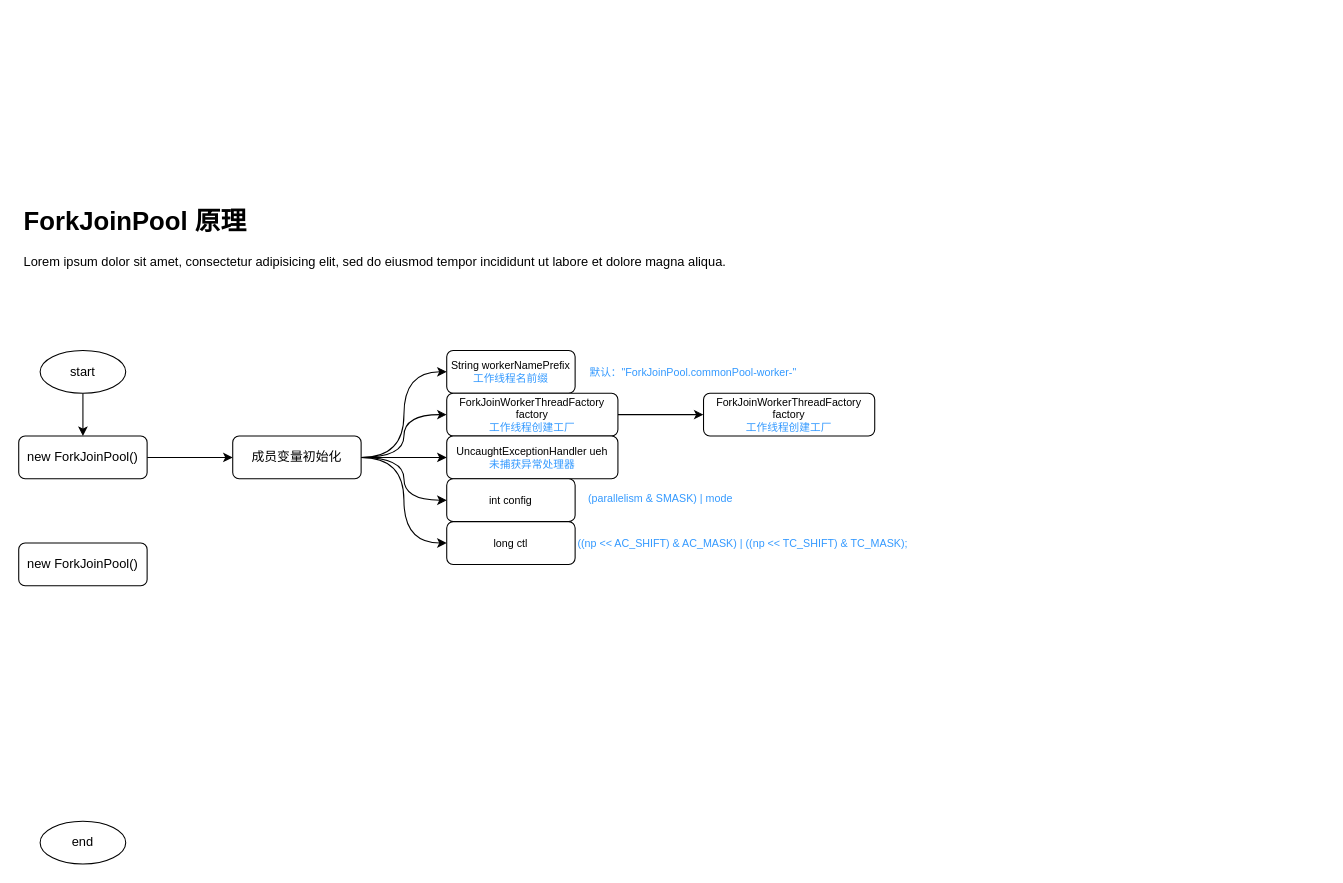
This is doc/forkjoinpool.drawio from kwseeker/async-program, a draw.io file, before an edit. Source tidied: cells renumbered, new cells numbered last; positions are measured from the earlier drawing's top-left corner, leaving out a move shared by most shapes. Both pictures are drawn from the tidied source at 107%, with x=0, y=0 at pixel (18, 200).
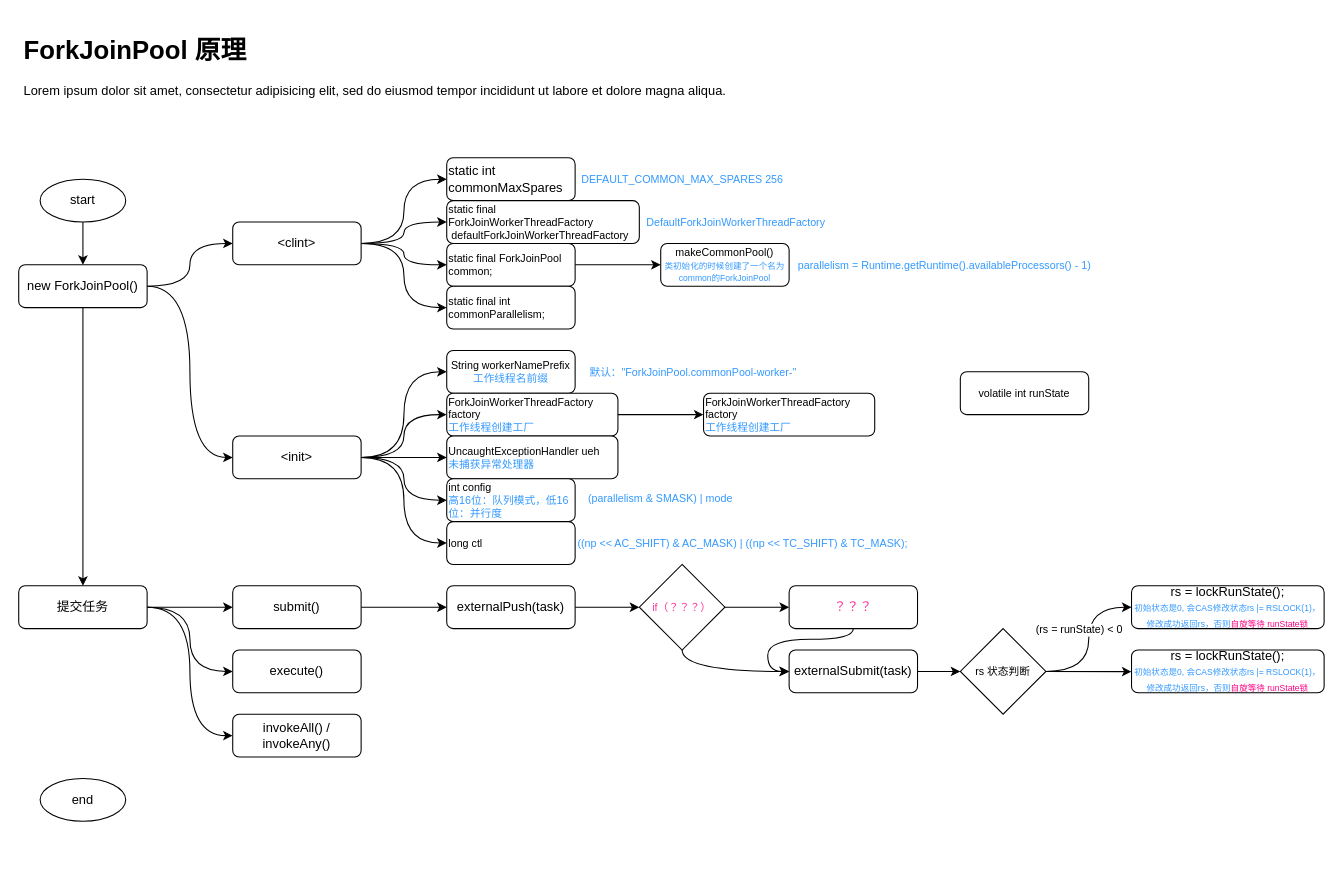
The same diagram, later.

Change to the diagram source:
```diff
@@
     <mxCell id="2" value="&lt;h1&gt;ForkJoinPool 原理&lt;/h1&gt;&lt;p&gt;Lorem ipsum dolor sit amet, consectetur adipisicing elit, sed do eiusmod tempor incididunt ut labore et dolore magna aliqua.&lt;/p&gt;" style="text;html=1;strokeColor=none;fillColor=none;spacing=5;spacingTop=-20;whiteSpace=wrap;overflow=hidden;rounded=0;" parent="1" vertex="1">
-      <mxGeometry width="840" height="120" as="geometry" />
+      <mxGeometry y="-160" width="840" height="120" as="geometry" />
     </mxCell>
@@
     <mxCell id="4" value="start" style="ellipse;whiteSpace=wrap;html=1;" parent="1" vertex="1">
-      <mxGeometry x="20" y="140" width="80" height="40" as="geometry" />
+      <mxGeometry x="20" y="-20" width="80" height="40" as="geometry" />
     </mxCell>
     <mxCell id="5" value="end" style="ellipse;whiteSpace=wrap;html=1;" parent="1" vertex="1">
-      <mxGeometry x="20" y="580" width="80" height="40" as="geometry" />
+      <mxGeometry x="20" y="540" width="80" height="40" as="geometry" />
     </mxCell>
+    <mxCell id="25" style="edgeStyle=orthogonalEdgeStyle;rounded=0;jettySize=auto;html=1;exitX=1;exitY=0.5;exitDx=0;exitDy=0;entryX=0;entryY=0.5;entryDx=0;entryDy=0;fontSize=10;curved=1;" parent="1" edge="1" source="7" target="32">
+      <mxGeometry relative="1" as="geometry" />
+    </mxCell>
-    <mxCell id="6" style="edgeStyle=orthogonalEdgeStyle;rounded=0;jettySize=auto;html=1;" parent="1" edge="1" source="7" target="14">
+    <mxCell id="6" style="edgeStyle=orthogonalEdgeStyle;curved=1;rounded=0;jettySize=auto;html=1;exitX=1;exitY=0.5;exitDx=0;exitDy=0;entryX=0;entryY=0.5;entryDx=0;entryDy=0;fontSize=10;" parent="1" edge="1" source="7" target="14">
       <mxGeometry relative="1" as="geometry" />
     </mxCell>
+    <mxCell id="26" style="edgeStyle=orthogonalEdgeStyle;curved=1;rounded=0;jettySize=auto;html=1;exitX=0.5;exitY=1;exitDx=0;exitDy=0;entryX=0.5;entryY=0;entryDx=0;entryDy=0;fontSize=8;fontColor=#3399FF;" parent="1" edge="1" source="7" target="45">
+      <mxGeometry relative="1" as="geometry" />
+    </mxCell>
     <mxCell id="7" value="new ForkJoinPool()" style="rounded=1;whiteSpace=wrap;html=1;" parent="1" vertex="1">
-      <mxGeometry y="220" width="120" height="40" as="geometry" />
+      <mxGeometry y="60" width="120" height="40" as="geometry" />
     </mxCell>
+    <mxCell id="27" style="edgeStyle=orthogonalEdgeStyle;curved=1;rounded=0;jettySize=auto;html=1;fontSize=8;fontColor=#3399FF;" parent="1" edge="1" source="8" target="49">
+      <mxGeometry relative="1" as="geometry" />
+    </mxCell>
-    <mxCell id="8" value="new ForkJoinPool()" style="rounded=1;whiteSpace=wrap;html=1;" parent="1" vertex="1">
-      <mxGeometry y="320" width="120" height="40" as="geometry" />
+    <mxCell id="8" value="submit()" style="rounded=1;whiteSpace=wrap;html=1;" parent="1" vertex="1">
+      <mxGeometry x="200" y="360" width="120" height="40" as="geometry" />
     </mxCell>
@@
-    <mxCell id="14" value="成员变量初始化" style="rounded=1;whiteSpace=wrap;html=1;" parent="1" vertex="1">
+    <mxCell id="14" value="&amp;lt;init&amp;gt;" style="rounded=1;whiteSpace=wrap;html=1;" parent="1" vertex="1">
       <mxGeometry x="200" y="220" width="120" height="40" as="geometry" />
     </mxCell>
@@
-    <mxCell id="17" value="ForkJoinWorkerThreadFactory factory&lt;br&gt;&lt;font color=&quot;#3399ff&quot;&gt;工作线程创建工厂&lt;/font&gt;" style="rounded=1;whiteSpace=wrap;html=1;fontSize=10;" parent="1" vertex="1">
+    <mxCell id="17" value="ForkJoinWorkerThreadFactory factory&lt;br&gt;&lt;font color=&quot;#3399ff&quot;&gt;工作线程创建工厂&lt;/font&gt;" style="rounded=1;whiteSpace=wrap;html=1;fontSize=10;align=left;" parent="1" vertex="1">
       <mxGeometry x="400" y="180" width="160" height="40" as="geometry" />
     </mxCell>
-    <mxCell id="18" value="UncaughtExceptionHandler ueh&lt;br&gt;&lt;font color=&quot;#3399ff&quot;&gt;未捕获异常处理器&lt;/font&gt;" style="rounded=1;whiteSpace=wrap;html=1;fontSize=10;" parent="1" vertex="1">
+    <mxCell id="18" value="UncaughtExceptionHandler ueh&lt;br&gt;&lt;font color=&quot;#3399ff&quot;&gt;未捕获异常处理器&lt;/font&gt;" style="rounded=1;whiteSpace=wrap;html=1;fontSize=10;align=left;" parent="1" vertex="1">
       <mxGeometry x="400" y="220" width="160" height="40" as="geometry" />
     </mxCell>
-    <mxCell id="19" value="int config" style="rounded=1;whiteSpace=wrap;html=1;fontSize=10;" parent="1" vertex="1">
+    <mxCell id="19" value="int config&lt;br&gt;&lt;font color=&quot;#3399ff&quot;&gt;高16位：队列模式，低16位：并行度&lt;/font&gt;" style="rounded=1;whiteSpace=wrap;html=1;fontSize=10;align=left;" parent="1" vertex="1">
       <mxGeometry x="400" y="260" width="120" height="40" as="geometry" />
     </mxCell>
-    <mxCell id="20" value="long ctl" style="rounded=1;whiteSpace=wrap;html=1;fontSize=10;" parent="1" vertex="1">
+    <mxCell id="20" value="long ctl" style="rounded=1;whiteSpace=wrap;html=1;fontSize=10;align=left;" parent="1" vertex="1">
       <mxGeometry x="400" y="300" width="120" height="40" as="geometry" />
     </mxCell>
@@
-    <mxCell id="23" value="ForkJoinWorkerThreadFactory factory&lt;br&gt;&lt;font color=&quot;#3399ff&quot;&gt;工作线程创建工厂&lt;/font&gt;" style="rounded=1;whiteSpace=wrap;html=1;fontSize=10;" parent="1" vertex="1">
+    <mxCell id="23" value="ForkJoinWorkerThreadFactory factory&lt;br&gt;&lt;font color=&quot;#3399ff&quot;&gt;工作线程创建工厂&lt;/font&gt;" style="rounded=1;whiteSpace=wrap;html=1;fontSize=10;align=left;" parent="1" vertex="1">
       <mxGeometry x="640" y="180" width="160" height="40" as="geometry" />
     </mxCell>
@@
+    <mxCell id="28" style="edgeStyle=orthogonalEdgeStyle;curved=1;rounded=0;jettySize=auto;html=1;exitX=1;exitY=0.5;exitDx=0;exitDy=0;entryX=0;entryY=0.5;entryDx=0;entryDy=0;fontSize=10;" parent="1" edge="1" source="32" target="33">
+      <mxGeometry relative="1" as="geometry" />
+    </mxCell>
+    <mxCell id="29" style="edgeStyle=orthogonalEdgeStyle;curved=1;rounded=0;jettySize=auto;html=1;exitX=1;exitY=0.5;exitDx=0;exitDy=0;entryX=0;entryY=0.5;entryDx=0;entryDy=0;fontSize=10;" parent="1" edge="1" source="32" target="34">
+      <mxGeometry relative="1" as="geometry" />
+    </mxCell>
+    <mxCell id="30" style="edgeStyle=orthogonalEdgeStyle;curved=1;rounded=0;jettySize=auto;html=1;exitX=1;exitY=0.5;exitDx=0;exitDy=0;entryX=0;entryY=0.5;entryDx=0;entryDy=0;fontSize=10;" parent="1" edge="1" source="32" target="38">
+      <mxGeometry relative="1" as="geometry" />
+    </mxCell>
+    <mxCell id="31" style="edgeStyle=orthogonalEdgeStyle;curved=1;rounded=0;jettySize=auto;html=1;exitX=1;exitY=0.5;exitDx=0;exitDy=0;entryX=0;entryY=0.5;entryDx=0;entryDy=0;fontSize=10;" parent="1" edge="1" source="32" target="40">
+      <mxGeometry relative="1" as="geometry" />
+    </mxCell>
+    <mxCell id="32" value="&amp;lt;clint&amp;gt;" style="rounded=1;whiteSpace=wrap;html=1;" parent="1" vertex="1">
+      <mxGeometry x="200" y="20" width="120" height="40" as="geometry" />
+    </mxCell>
+    <mxCell id="33" value="static int commonMaxSpares" style="rounded=1;whiteSpace=wrap;html=1;align=left;" parent="1" vertex="1">
+      <mxGeometry x="400" y="-40" width="120" height="40" as="geometry" />
+    </mxCell>
+    <mxCell id="34" value="&lt;div style=&quot;font-size: 10px;&quot;&gt;static final ForkJoinWorkerThreadFactory&lt;/div&gt;&lt;div style=&quot;font-size: 10px;&quot;&gt;&amp;nbsp;defaultForkJoinWorkerThreadFactory&lt;/div&gt;" style="rounded=1;whiteSpace=wrap;html=1;fontSize=10;align=left;" parent="1" vertex="1">
+      <mxGeometry x="400" width="180" height="40" as="geometry" />
+    </mxCell>
+    <mxCell id="35" value="DefaultForkJoinWorkerThreadFactory" style="text;html=1;align=center;verticalAlign=middle;strokeColor=none;fillColor=none;fontSize=10;fontColor=#3399FF;" parent="1" vertex="1">
+      <mxGeometry x="580" y="10" width="180" height="20" as="geometry" />
+    </mxCell>
+    <mxCell id="36" value="DEFAULT_COMMON_MAX_SPARES 256" style="text;html=1;align=center;verticalAlign=middle;strokeColor=none;fillColor=none;fontSize=10;fontColor=#3399FF;" parent="1" vertex="1">
+      <mxGeometry x="520" y="-30" width="200" height="20" as="geometry" />
+    </mxCell>
+    <mxCell id="37" style="edgeStyle=orthogonalEdgeStyle;curved=1;rounded=0;jettySize=auto;html=1;exitX=1;exitY=0.5;exitDx=0;exitDy=0;fontSize=10;" parent="1" edge="1" source="38" target="39">
+      <mxGeometry relative="1" as="geometry" />
+    </mxCell>
+    <mxCell id="38" value="static final ForkJoinPool common;" style="rounded=1;whiteSpace=wrap;html=1;fontSize=10;align=left;" parent="1" vertex="1">
+      <mxGeometry x="400" y="40" width="120" height="40" as="geometry" />
+    </mxCell>
+    <mxCell id="39" value="makeCommonPool()&lt;br&gt;&lt;font color=&quot;#3399ff&quot; style=&quot;font-size: 8px&quot;&gt;类初始化的时候创建了一个名为common的ForkJoinPool&lt;/font&gt;" style="rounded=1;whiteSpace=wrap;html=1;fontSize=10;" parent="1" vertex="1">
+      <mxGeometry x="600" y="40" width="120" height="40" as="geometry" />
+    </mxCell>
+    <mxCell id="40" value="static final int commonParallelism;" style="rounded=1;whiteSpace=wrap;html=1;fontSize=10;align=left;" parent="1" vertex="1">
+      <mxGeometry x="400" y="80" width="120" height="40" as="geometry" />
+    </mxCell>
+    <mxCell id="41" value="parallelism = Runtime.getRuntime().availableProcessors() - 1)" style="text;html=1;align=center;verticalAlign=middle;strokeColor=none;fillColor=none;fontSize=10;fontColor=#3399FF;" parent="1" vertex="1">
+      <mxGeometry x="720" y="50" width="290" height="20" as="geometry" />
+    </mxCell>
+    <mxCell id="42" style="edgeStyle=orthogonalEdgeStyle;curved=1;rounded=0;jettySize=auto;html=1;exitX=1;exitY=0.5;exitDx=0;exitDy=0;entryX=0;entryY=0.5;entryDx=0;entryDy=0;fontSize=8;fontColor=#3399FF;" parent="1" edge="1" source="45" target="8">
+      <mxGeometry relative="1" as="geometry" />
+    </mxCell>
+    <mxCell id="43" style="edgeStyle=orthogonalEdgeStyle;curved=1;rounded=0;jettySize=auto;html=1;exitX=1;exitY=0.5;exitDx=0;exitDy=0;entryX=0;entryY=0.5;entryDx=0;entryDy=0;fontSize=8;fontColor=#3399FF;" parent="1" edge="1" source="45" target="46">
+      <mxGeometry relative="1" as="geometry" />
+    </mxCell>
+    <mxCell id="44" style="edgeStyle=orthogonalEdgeStyle;curved=1;rounded=0;jettySize=auto;html=1;exitX=1;exitY=0.5;exitDx=0;exitDy=0;entryX=0;entryY=0.5;entryDx=0;entryDy=0;fontSize=8;fontColor=#3399FF;" parent="1" edge="1" source="45" target="47">
+      <mxGeometry relative="1" as="geometry" />
+    </mxCell>
+    <mxCell id="45" value="提交任务" style="rounded=1;whiteSpace=wrap;html=1;" parent="1" vertex="1">
+      <mxGeometry y="360" width="120" height="40" as="geometry" />
+    </mxCell>
+    <mxCell id="46" value="execute()" style="rounded=1;whiteSpace=wrap;html=1;" parent="1" vertex="1">
+      <mxGeometry x="200" y="420" width="120" height="40" as="geometry" />
+    </mxCell>
+    <mxCell id="47" value="invokeAll() /&lt;br&gt;invokeAny()" style="rounded=1;whiteSpace=wrap;html=1;" parent="1" vertex="1">
+      <mxGeometry x="200" y="480" width="120" height="40" as="geometry" />
+    </mxCell>
+    <mxCell id="48" style="edgeStyle=orthogonalEdgeStyle;curved=1;rounded=0;jettySize=auto;html=1;exitX=1;exitY=0.5;exitDx=0;exitDy=0;entryX=0;entryY=0.5;entryDx=0;entryDy=0;fontSize=8;fontColor=#3399FF;" parent="1" edge="1" source="49" target="55">
+      <mxGeometry relative="1" as="geometry" />
+    </mxCell>
+    <mxCell id="49" value="externalPush(task)" style="rounded=1;whiteSpace=wrap;html=1;" parent="1" vertex="1">
+      <mxGeometry x="400" y="360" width="120" height="40" as="geometry" />
+    </mxCell>
+    <mxCell id="50" style="edgeStyle=orthogonalEdgeStyle;curved=1;rounded=0;jettySize=auto;html=1;exitX=1;exitY=0.5;exitDx=0;exitDy=0;entryX=0;entryY=0.5;entryDx=0;entryDy=0;fontSize=10;fontColor=#000000;" parent="1" edge="1" source="51" target="62">
+      <mxGeometry relative="1" as="geometry" />
+    </mxCell>
+    <mxCell id="51" value="externalSubmit(task)" style="rounded=1;whiteSpace=wrap;html=1;" parent="1" vertex="1">
+      <mxGeometry x="720" y="420" width="120" height="40" as="geometry" />
+    </mxCell>
+    <mxCell id="52" value="rs = lockRunState();&lt;br&gt;&lt;font color=&quot;#3399ff&quot; style=&quot;font-size: 8px&quot;&gt;初始状态是0, 会CAS修改状态rs |= RSLOCK(1)，修改成功返回rs，否则&lt;/font&gt;&lt;font style=&quot;font-size: 8px&quot; color=&quot;#ff0080&quot;&gt;自旋等待 runState锁&lt;/font&gt;" style="rounded=1;whiteSpace=wrap;html=1;" parent="1" vertex="1">
+      <mxGeometry x="1040" y="360" width="180" height="40" as="geometry" />
+    </mxCell>
+    <mxCell id="53" style="edgeStyle=orthogonalEdgeStyle;curved=1;rounded=0;jettySize=auto;html=1;exitX=0.5;exitY=1;exitDx=0;exitDy=0;entryX=0;entryY=0.5;entryDx=0;entryDy=0;fontSize=8;fontColor=#3399FF;" parent="1" edge="1" source="55" target="51">
+      <mxGeometry relative="1" as="geometry" />
+    </mxCell>
+    <mxCell id="54" style="edgeStyle=orthogonalEdgeStyle;curved=1;rounded=0;jettySize=auto;html=1;exitX=1;exitY=0.5;exitDx=0;exitDy=0;fontSize=8;fontColor=#3399FF;" parent="1" edge="1" source="55">
+      <mxGeometry relative="1" as="geometry">
+        <mxPoint x="720" y="380" as="targetPoint" />
+      </mxGeometry>
+    </mxCell>
+    <mxCell id="55" value="&lt;font style=&quot;font-size: 10px;&quot;&gt;if（？？？）&lt;/font&gt;" style="rhombus;whiteSpace=wrap;html=1;fontSize=10;fontColor=#FF3399;" parent="1" vertex="1">
+      <mxGeometry x="580" y="340" width="80" height="80" as="geometry" />
+    </mxCell>
+    <mxCell id="56" style="edgeStyle=orthogonalEdgeStyle;curved=1;rounded=0;jettySize=auto;html=1;exitX=0.5;exitY=1;exitDx=0;exitDy=0;entryX=0;entryY=0.5;entryDx=0;entryDy=0;fontSize=8;fontColor=#3399FF;" parent="1" edge="1" source="57" target="51">
+      <mxGeometry relative="1" as="geometry">
+        <Array as="points">
+          <mxPoint x="780" y="410" />
+          <mxPoint x="700" y="410" />
+          <mxPoint x="700" y="440" />
+        </Array>
+      </mxGeometry>
+    </mxCell>
+    <mxCell id="57" value="？？？" style="rounded=1;whiteSpace=wrap;html=1;fontColor=#FF3399;" parent="1" vertex="1">
+      <mxGeometry x="720" y="360" width="120" height="40" as="geometry" />
+    </mxCell>
+    <mxCell id="58" value="volatile int runState" style="rounded=1;whiteSpace=wrap;html=1;fontSize=10;fontColor=#000000;" parent="1" vertex="1">
+      <mxGeometry x="880" y="160" width="120" height="40" as="geometry" />
+    </mxCell>
+    <mxCell id="59" style="edgeStyle=orthogonalEdgeStyle;curved=1;rounded=0;jettySize=auto;html=1;exitX=1;exitY=0.5;exitDx=0;exitDy=0;entryX=0;entryY=0.5;entryDx=0;entryDy=0;fontSize=10;fontColor=#000000;" parent="1" edge="1" source="62" target="52">
+      <mxGeometry relative="1" as="geometry" />
+    </mxCell>
+    <mxCell id="60" value="(rs = runState) &amp;lt; 0" style="edgeLabel;html=1;align=center;verticalAlign=middle;fontSize=10;fontColor=#000000;" parent="59" vertex="1">
+      <mxGeometry x="0.18" y="-4" relative="1" as="geometry">
+        <mxPoint x="-14" y="3" as="offset" />
+      </mxGeometry>
+    </mxCell>
+    <mxCell id="61" style="edgeStyle=orthogonalEdgeStyle;curved=1;rounded=0;jettySize=auto;html=1;exitX=1;exitY=0.5;exitDx=0;exitDy=0;fontSize=10;fontColor=#000000;" parent="1" edge="1" source="62">
+      <mxGeometry relative="1" as="geometry">
+        <mxPoint x="1040" y="440.2" as="targetPoint" />
+      </mxGeometry>
+    </mxCell>
+    <mxCell id="62" value="&lt;font color=&quot;#000000&quot; style=&quot;font-size: 10px&quot;&gt;rs 状态判断&lt;/font&gt;" style="rhombus;whiteSpace=wrap;html=1;fontSize=10;fontColor=#FF3399;" parent="1" vertex="1">
+      <mxGeometry x="880" y="400" width="80" height="80" as="geometry" />
+    </mxCell>
+    <mxCell id="63" value="rs = lockRunState();&lt;br&gt;&lt;font color=&quot;#3399ff&quot; style=&quot;font-size: 8px&quot;&gt;初始状态是0, 会CAS修改状态rs |= RSLOCK(1)，修改成功返回rs，否则&lt;/font&gt;&lt;font style=&quot;font-size: 8px&quot; color=&quot;#ff0080&quot;&gt;自旋等待 runState锁&lt;/font&gt;" style="rounded=1;whiteSpace=wrap;html=1;" parent="1" vertex="1">
+      <mxGeometry x="1040" y="420" width="180" height="40" as="geometry" />
+    </mxCell>
```
